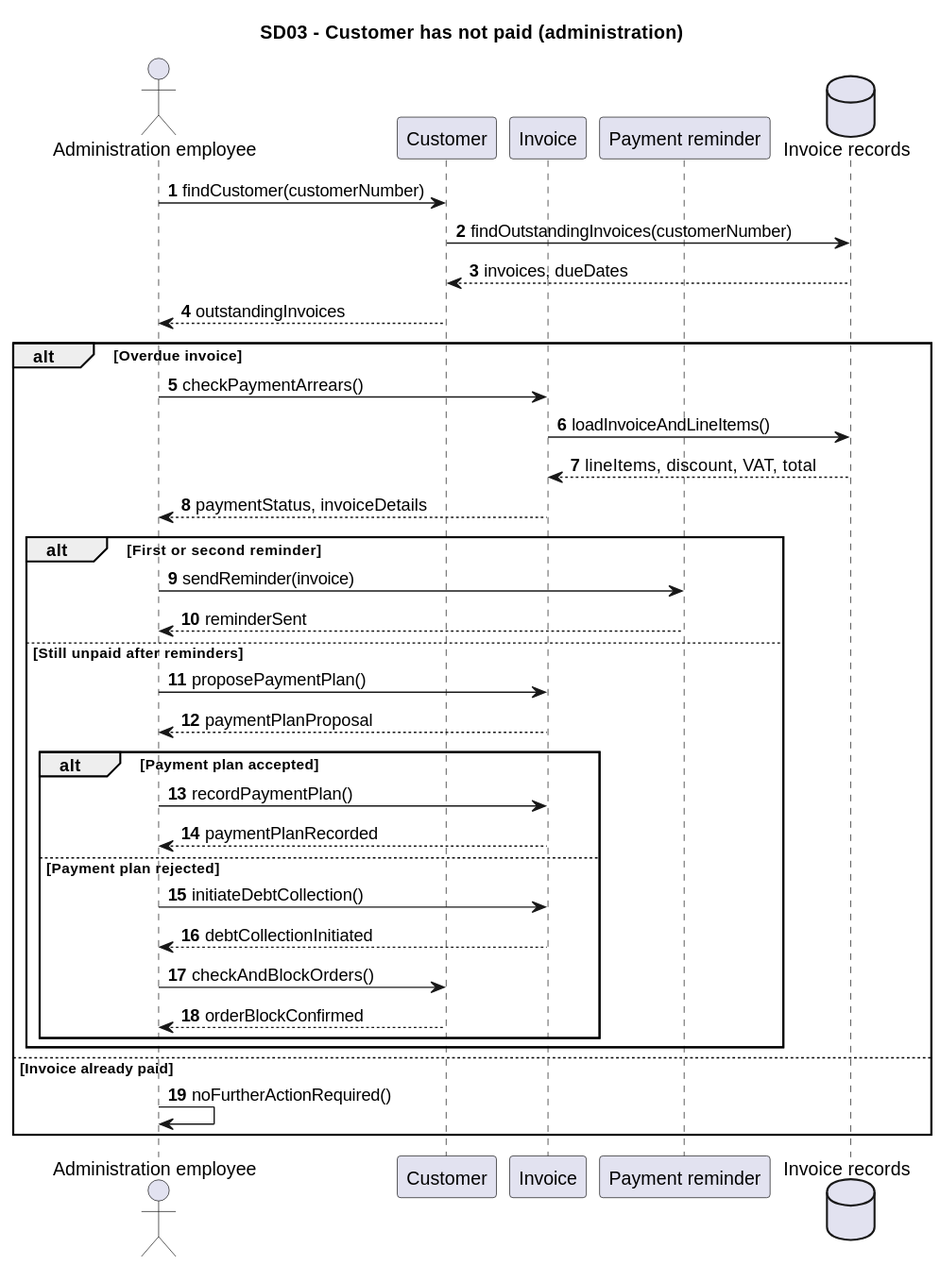
Earlier version of the PlantUML export Documentation/Architecture/uml/export/sequence_diagrams/SD03_KlantHeeftNietBetaald.svg (ViktorQorri/Project-Timaflu).
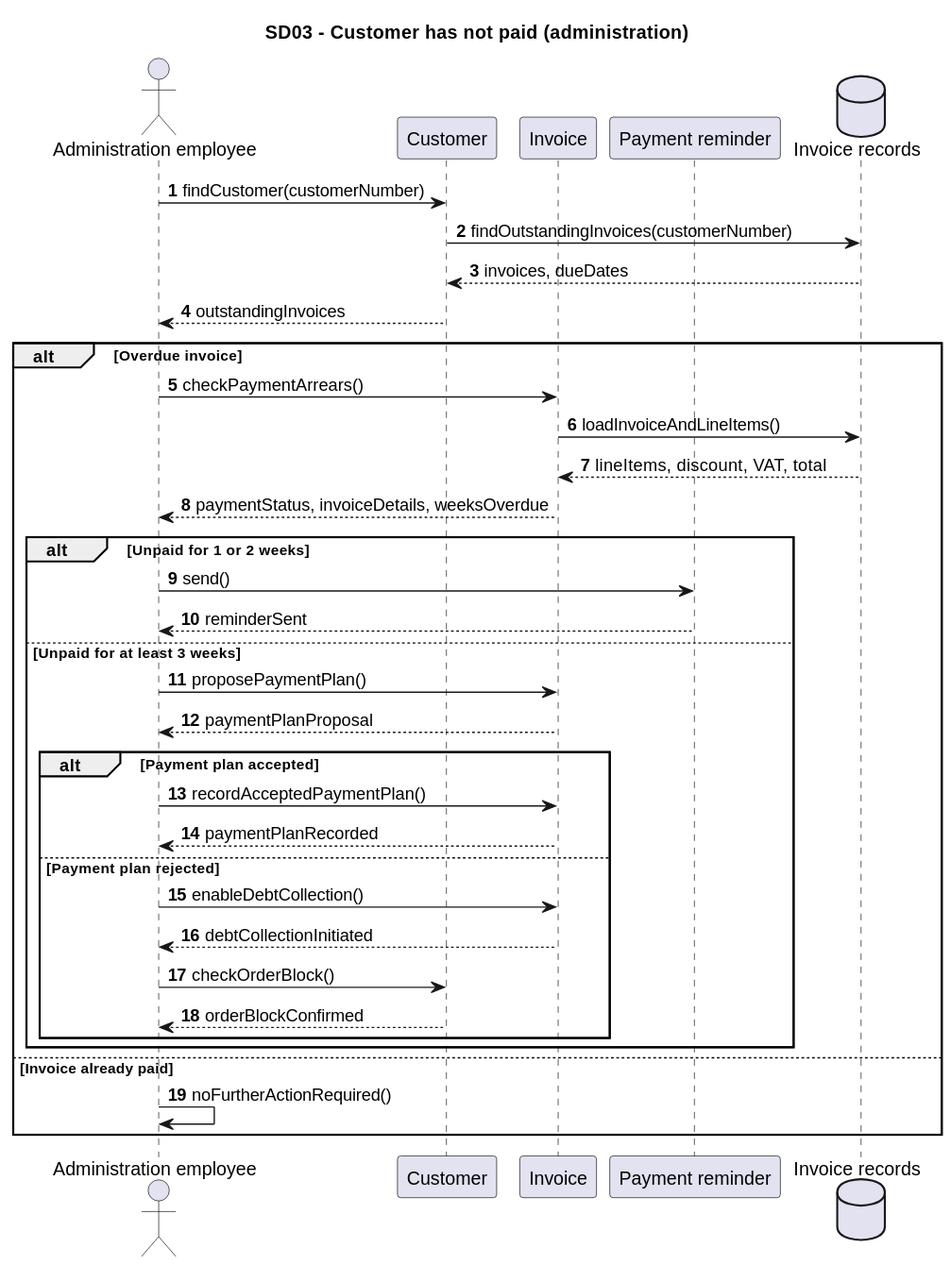
After the change.

The edit, as a diff of the source:
```diff
@@ -16,20 +16,20 @@
   A -> F: checkPaymentArrears()
   F -> DB: loadInvoiceAndLineItems()
   DB --> F: lineItems, discount, VAT, total
-  F --> A: paymentStatus, invoiceDetails
-  alt First or second reminder
-    A -> H: sendReminder(invoice)
+  F --> A: paymentStatus, invoiceDetails, weeksOverdue
+  alt Unpaid for 1 or 2 weeks
+    A -> H: send()
     H --> A: reminderSent
-  else Still unpaid after reminders
+  else Unpaid for at least 3 weeks
     A -> F: proposePaymentPlan()
     F --> A: paymentPlanProposal
     alt Payment plan accepted
-      A -> F: recordPaymentPlan()
+      A -> F: recordAcceptedPaymentPlan()
       F --> A: paymentPlanRecorded
     else Payment plan rejected
-      A -> F: initiateDebtCollection()
+      A -> F: enableDebtCollection()
       F --> A: debtCollectionInitiated
-      A -> K: checkAndBlockOrders()
+      A -> K: checkOrderBlock()
       K --> A: orderBlockConfirmed
     end
   end
```
